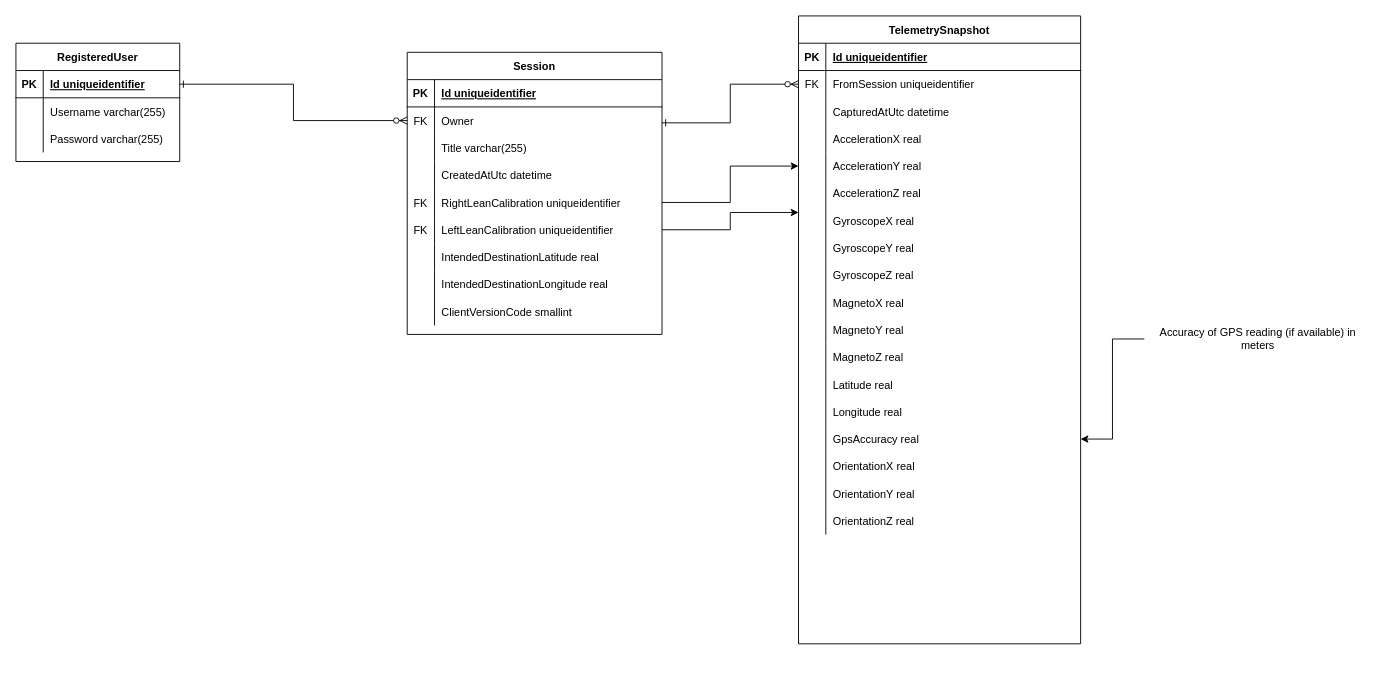
Earlier version of the draw.io diagram ERD.drawio (TimHanewich/TimHanewich.TelemetryFeed). Source tidied: cells renumbered, new cells numbered last; positions are measured from the earlier drawing's top-left corner, leaving out a move shared by most shapes. Both pictures are drawn from the tidied source at 91%, with x=0, y=0 at pixel (15, 15).
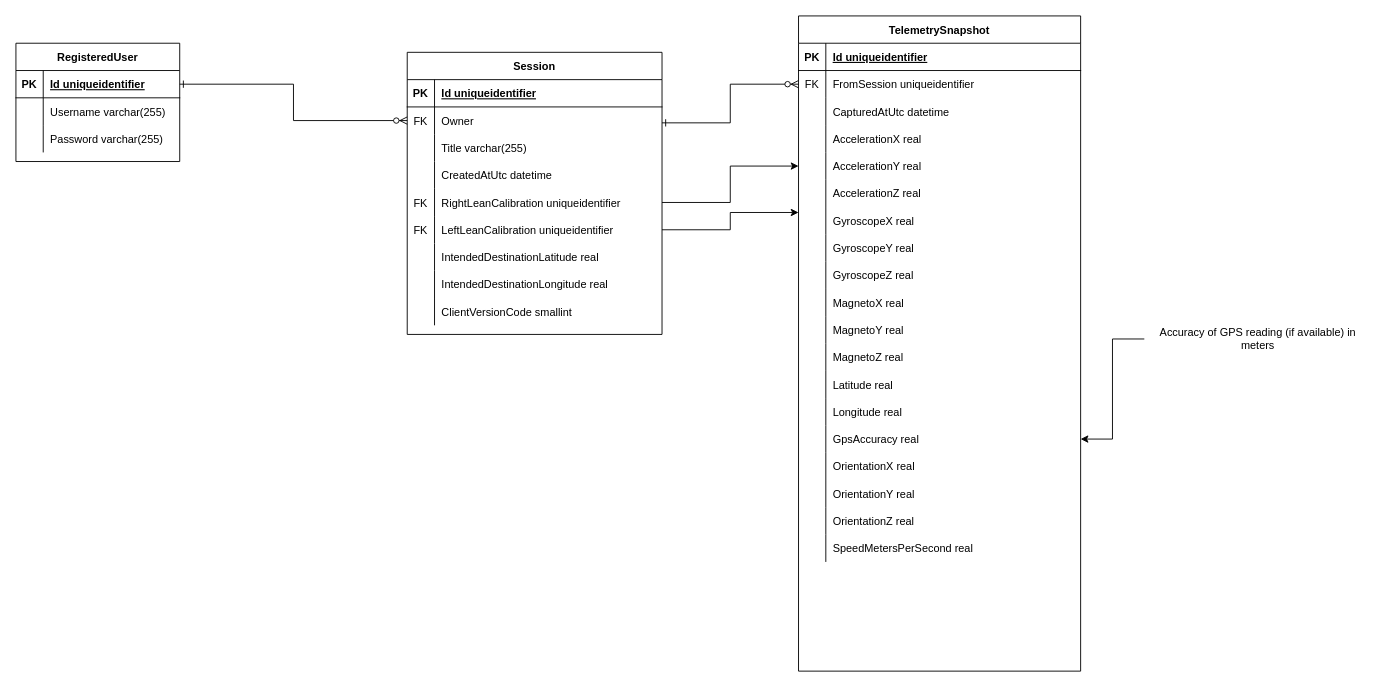
The same page after the edit.

Commit message:
Added Speed in meters per second to telemetry snapshot in ERD

What changed in the source:
```diff
@@
     <mxCell id="2" value="TelemetrySnapshot" style="shape=table;startSize=30;childLayout=tableLayout;rowLines=0;fontStyle=1;align=center;" parent="1" vertex="1">
-      <mxGeometry x="860" width="310" height="690" as="geometry" />
+      <mxGeometry x="860" width="310" height="720" as="geometry" />
     </mxCell>
@@
+    <mxCell id="101" style="shape=partialRectangle;fillColor=none;top=0;left=0;bottom=0;right=0;" parent="2" vertex="1">
+      <mxGeometry y="570" width="310" height="30" as="geometry" />
+    </mxCell>
+    <mxCell id="102" style="shape=partialRectangle;fillColor=none;top=0;left=0;bottom=0;right=0;overflow=hidden;" parent="101" vertex="1">
+      <mxGeometry width="30" height="30" as="geometry" />
+    </mxCell>
+    <mxCell id="103" value="SpeedMetersPerSecond real" style="shape=partialRectangle;fillColor=none;top=0;left=0;bottom=0;right=0;align=left;spacingLeft=6;overflow=hidden;" parent="101" vertex="1">
+      <mxGeometry x="30" width="280" height="30" as="geometry" />
+    </mxCell>
```
